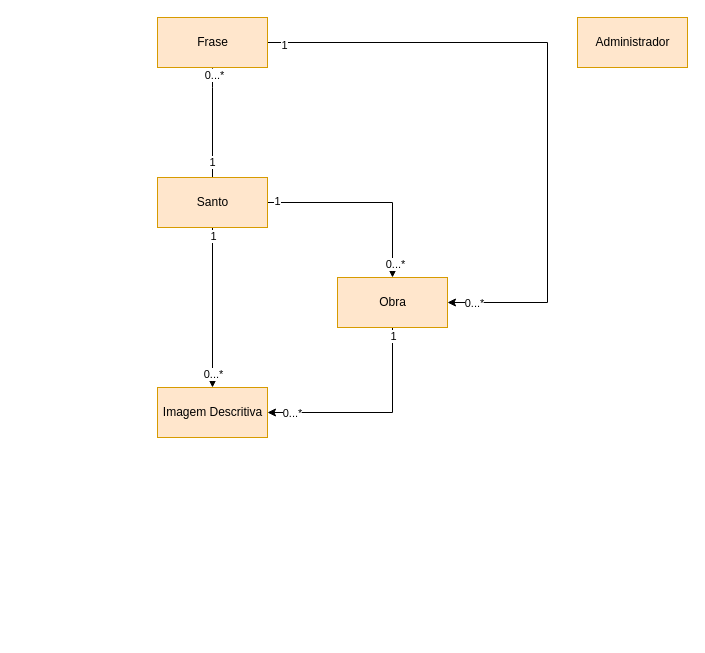
Above: page "Conceptual Model" (1 of 2) of Documentation/Untitled Diagram.drawio in the-catholics/Saints-API (draw.io), before the change. Source tidied: cells renumbered, new cells numbered last; positions are measured from the earlier drawing's top-left corner, leaving out a move shared by most shapes. Both pictures are drawn from the tidied source at 100%, with x=0, y=0 at pixel (157, 17).
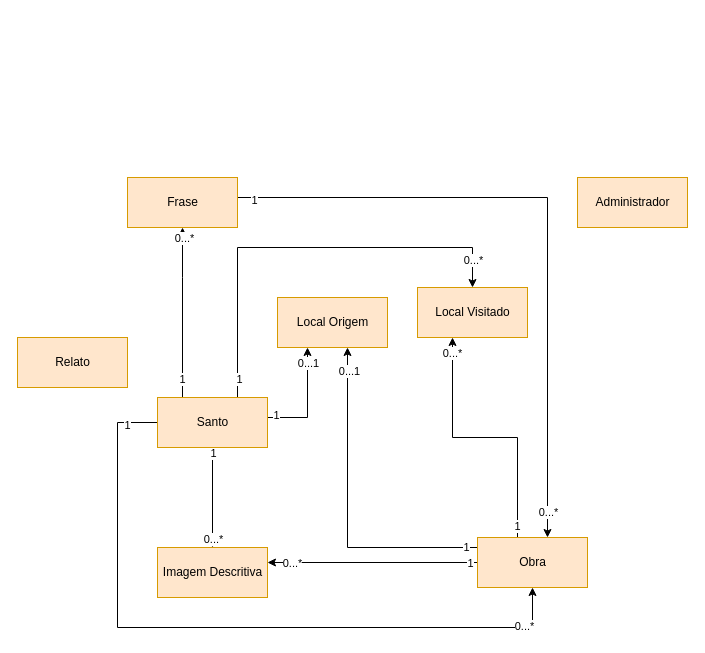
Above is the later version.

Change to the diagram source:
```diff
@@
     <mxCell id="2" style="edgeStyle=orthogonalEdgeStyle;rounded=0;jettySize=auto;html=1;" parent="1" edge="1" source="11" target="15">
-      <mxGeometry relative="1" as="geometry" />
+      <mxGeometry relative="1" as="geometry">
+        <Array as="points">
+          <mxPoint x="-40" y="405" />
+          <mxPoint x="-40" y="610" />
+          <mxPoint x="375" y="610" />
+        </Array>
+      </mxGeometry>
     </mxCell>
@@
     <mxCell id="8" style="edgeStyle=orthogonalEdgeStyle;rounded=0;jettySize=auto;html=1;" parent="1" edge="1" source="11" target="20">
       <mxGeometry relative="1" as="geometry">
         <Array as="points">
-          <mxPoint x="55" y="70" />
+          <mxPoint x="25" y="260" />
+          <mxPoint x="25" y="260" />
         </Array>
       </mxGeometry>
     </mxCell>
@@
+    <mxCell id="22" style="edgeStyle=orthogonalEdgeStyle;rounded=0;jettySize=auto;html=1;" parent="1" edge="1" source="11" target="34">
+      <mxGeometry relative="1" as="geometry">
+        <Array as="points">
+          <mxPoint x="150" y="400" />
+        </Array>
+      </mxGeometry>
+    </mxCell>
+    <mxCell id="23" value="1" style="edgeLabel;html=1;align=center;verticalAlign=middle;" parent="22" vertex="1">
+      <mxGeometry x="-0.85" y="3" relative="1" as="geometry" />
+    </mxCell>
+    <mxCell id="24" value="0...1" style="edgeLabel;html=1;align=center;verticalAlign=middle;" parent="22" vertex="1">
+      <mxGeometry x="0.72" relative="1" as="geometry" />
+    </mxCell>
+    <mxCell id="25" style="edgeStyle=orthogonalEdgeStyle;rounded=0;jettySize=auto;html=1;" parent="1" edge="1" source="11" target="35">
+      <mxGeometry relative="1" as="geometry">
+        <Array as="points">
+          <mxPoint x="80" y="230" />
+          <mxPoint x="315" y="230" />
+        </Array>
+      </mxGeometry>
+    </mxCell>
+    <mxCell id="26" value="1" style="edgeLabel;html=1;align=center;verticalAlign=middle;" parent="25" vertex="1">
+      <mxGeometry x="-0.91" y="-1" relative="1" as="geometry" />
+    </mxCell>
+    <mxCell id="27" value="0...*" style="edgeLabel;html=1;align=center;verticalAlign=middle;" parent="25" vertex="1">
+      <mxGeometry x="0.87" relative="1" as="geometry" />
+    </mxCell>
     <mxCell id="11" value="Santo" style="html=1;fillColor=#ffe6cc;strokeColor=#d79b00;" parent="1" vertex="1">
-      <mxGeometry y="160" width="110" height="50" as="geometry" />
+      <mxGeometry y="380" width="110" height="50" as="geometry" />
     </mxCell>
     <mxCell id="12" style="edgeStyle=orthogonalEdgeStyle;rounded=0;jettySize=auto;html=1;" parent="1" edge="1" source="15" target="16">
       <mxGeometry relative="1" as="geometry">
         <Array as="points">
-          <mxPoint x="235" y="395" />
+          <mxPoint x="365" y="555" />
         </Array>
       </mxGeometry>
     </mxCell>
@@
+    <mxCell id="28" style="edgeStyle=orthogonalEdgeStyle;rounded=0;jettySize=auto;html=1;" parent="1" edge="1" source="15" target="34">
+      <mxGeometry relative="1" as="geometry">
+        <Array as="points">
+          <mxPoint x="190" y="530" />
+        </Array>
+      </mxGeometry>
+    </mxCell>
+    <mxCell id="29" value="1" style="edgeLabel;html=1;align=center;verticalAlign=middle;" parent="28" vertex="1">
+      <mxGeometry x="-0.93" y="-1" relative="1" as="geometry" />
+    </mxCell>
+    <mxCell id="30" value="0...1" style="edgeLabel;html=1;align=center;verticalAlign=middle;" parent="28" vertex="1">
+      <mxGeometry x="0.86" y="-1" relative="1" as="geometry" />
+    </mxCell>
+    <mxCell id="31" style="edgeStyle=orthogonalEdgeStyle;rounded=0;jettySize=auto;html=1;" parent="1" edge="1" source="15" target="35">
+      <mxGeometry relative="1" as="geometry">
+        <Array as="points">
+          <mxPoint x="360" y="420" />
+          <mxPoint x="295" y="420" />
+        </Array>
+      </mxGeometry>
+    </mxCell>
+    <mxCell id="32" value="1" style="edgeLabel;html=1;align=center;verticalAlign=middle;" parent="31" vertex="1">
+      <mxGeometry x="-0.91" y="1" relative="1" as="geometry" />
+    </mxCell>
+    <mxCell id="33" value="0...*" style="edgeLabel;html=1;align=center;verticalAlign=middle;" parent="31" vertex="1">
+      <mxGeometry x="0.89" y="1" relative="1" as="geometry" />
+    </mxCell>
     <mxCell id="15" value="Obra" style="html=1;fillColor=#ffe6cc;strokeColor=#d79b00;" parent="1" vertex="1">
-      <mxGeometry x="180" y="260" width="110" height="50" as="geometry" />
+      <mxGeometry x="320" y="520" width="110" height="50" as="geometry" />
     </mxCell>
     <mxCell id="16" value="Imagem Descritiva" style="html=1;fillColor=#ffe6cc;strokeColor=#d79b00;" parent="1" vertex="1">
-      <mxGeometry y="370" width="110" height="50" as="geometry" />
+      <mxGeometry y="530" width="110" height="50" as="geometry" />
     </mxCell>
     <mxCell id="17" style="edgeStyle=orthogonalEdgeStyle;rounded=0;jettySize=auto;html=1;" parent="1" edge="1" source="20" target="15">
       <mxGeometry relative="1" as="geometry">
         <Array as="points">
-          <mxPoint x="390" y="25" />
-          <mxPoint x="390" y="285" />
+          <mxPoint x="390" y="180" />
         </Array>
       </mxGeometry>
     </mxCell>
@@
     <mxCell id="20" value="Frase" style="html=1;fillColor=#ffe6cc;strokeColor=#d79b00;" parent="1" vertex="1">
-      <mxGeometry width="110" height="50" as="geometry" />
+      <mxGeometry x="-30" y="160" width="110" height="50" as="geometry" />
     </mxCell>
     <mxCell id="21" value="Administrador" style="html=1;fillColor=#ffe6cc;strokeColor=#d79b00;" parent="1" vertex="1">
-      <mxGeometry x="420" width="110" height="50" as="geometry" />
+      <mxGeometry x="420" y="160" width="110" height="50" as="geometry" />
     </mxCell>
+    <mxCell id="34" value="Local Origem" style="html=1;fillColor=#ffe6cc;strokeColor=#d79b00;" parent="1" vertex="1">
+      <mxGeometry x="120" y="280" width="110" height="50" as="geometry" />
+    </mxCell>
+    <mxCell id="35" value="Local Visitado" style="html=1;fillColor=#ffe6cc;strokeColor=#d79b00;" parent="1" vertex="1">
+      <mxGeometry x="260" y="270" width="110" height="50" as="geometry" />
+    </mxCell>
+    <mxCell id="36" value="Relato" style="html=1;fillColor=#ffe6cc;strokeColor=#d79b00;" parent="1" vertex="1">
+      <mxGeometry x="-140" y="320" width="110" height="50" as="geometry" />
+    </mxCell>
```
